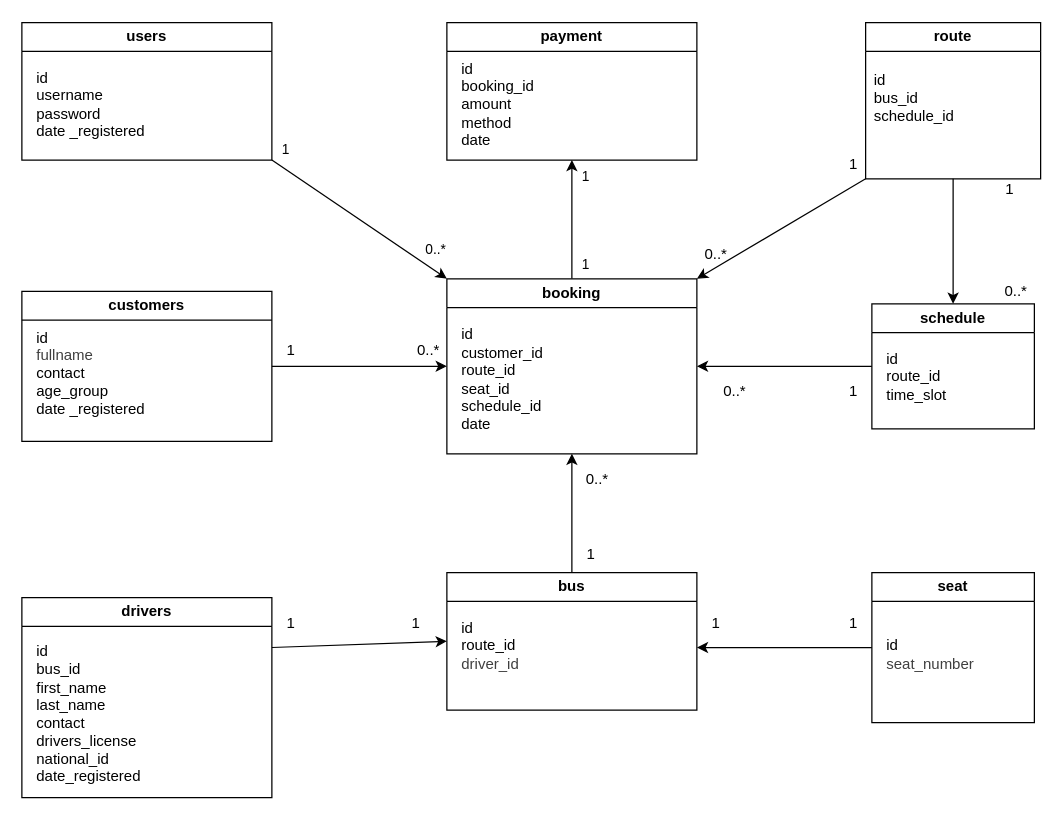
Vanessa-176/fastlane keeps this draw.io diagram as models/fastlane_class_diagram.drawio. Above is the earlier version. Source tidied: cells renumbered, new cells numbered last; positions are measured from the earlier drawing's top-left corner, leaving out a move shared by most shapes. Both pictures are drawn from the tidied source at 125%, with x=0, y=0 at pixel (21, 21).
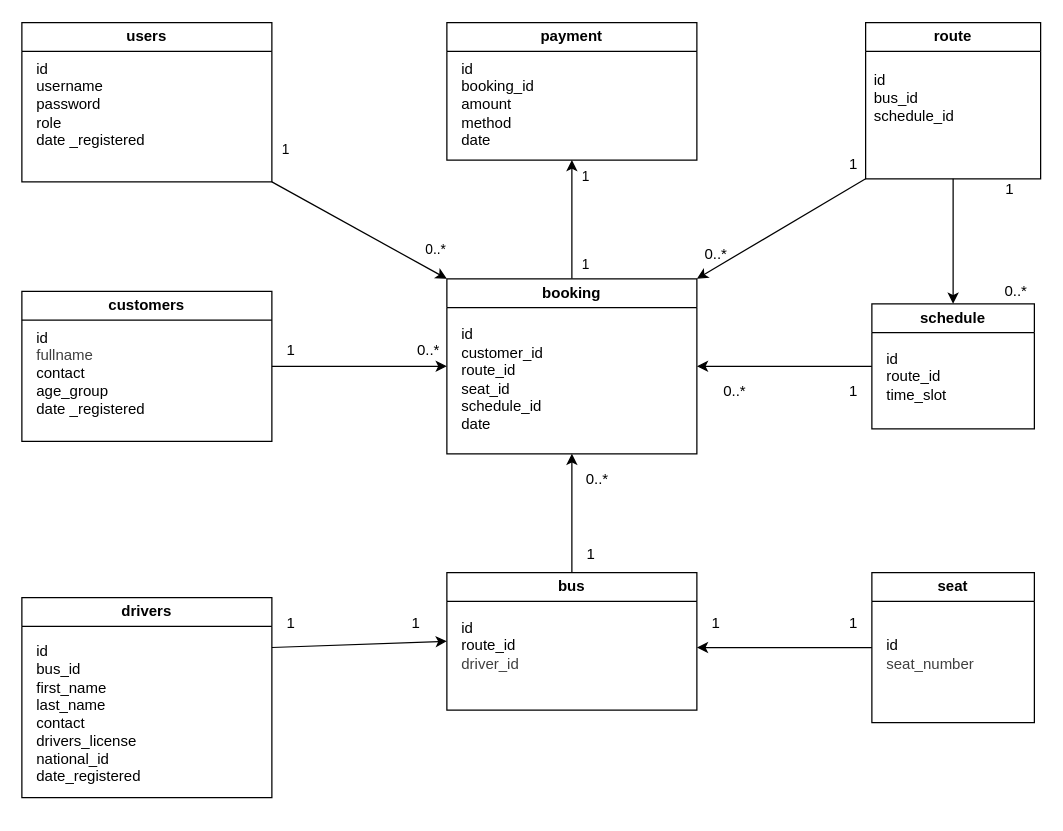
The same page after the edit.

Commit message (it also covers changes not shown here):
updated class diagram

Change to the diagram source:
```diff
@@
     <mxCell id="3" value="users" style="swimlane;whiteSpace=wrap;html=1;" parent="1" vertex="1">
-      <mxGeometry y="0.5" width="200" height="110" as="geometry" />
+      <mxGeometry y="0.5" width="200" height="127.5" as="geometry" />
     </mxCell>
-    <mxCell id="4" value="id&lt;div&gt;username&lt;/div&gt;&lt;div&gt;password&lt;/div&gt;&lt;div&gt;date _registered&lt;/div&gt;" style="text;html=1;align=left;verticalAlign=middle;strokeColor=none;fillColor=none;" parent="3" vertex="1">
-      <mxGeometry x="10" y="30" width="110" height="70" as="geometry" />
+    <mxCell id="4" value="id&lt;div&gt;username&lt;/div&gt;&lt;div&gt;password&lt;/div&gt;&lt;div&gt;role&lt;/div&gt;&lt;div&gt;date _registered&lt;/div&gt;" style="text;html=1;align=left;verticalAlign=middle;strokeColor=none;fillColor=none;" parent="3" vertex="1">
+      <mxGeometry x="10" y="20" width="110" height="90" as="geometry" />
     </mxCell>
```
